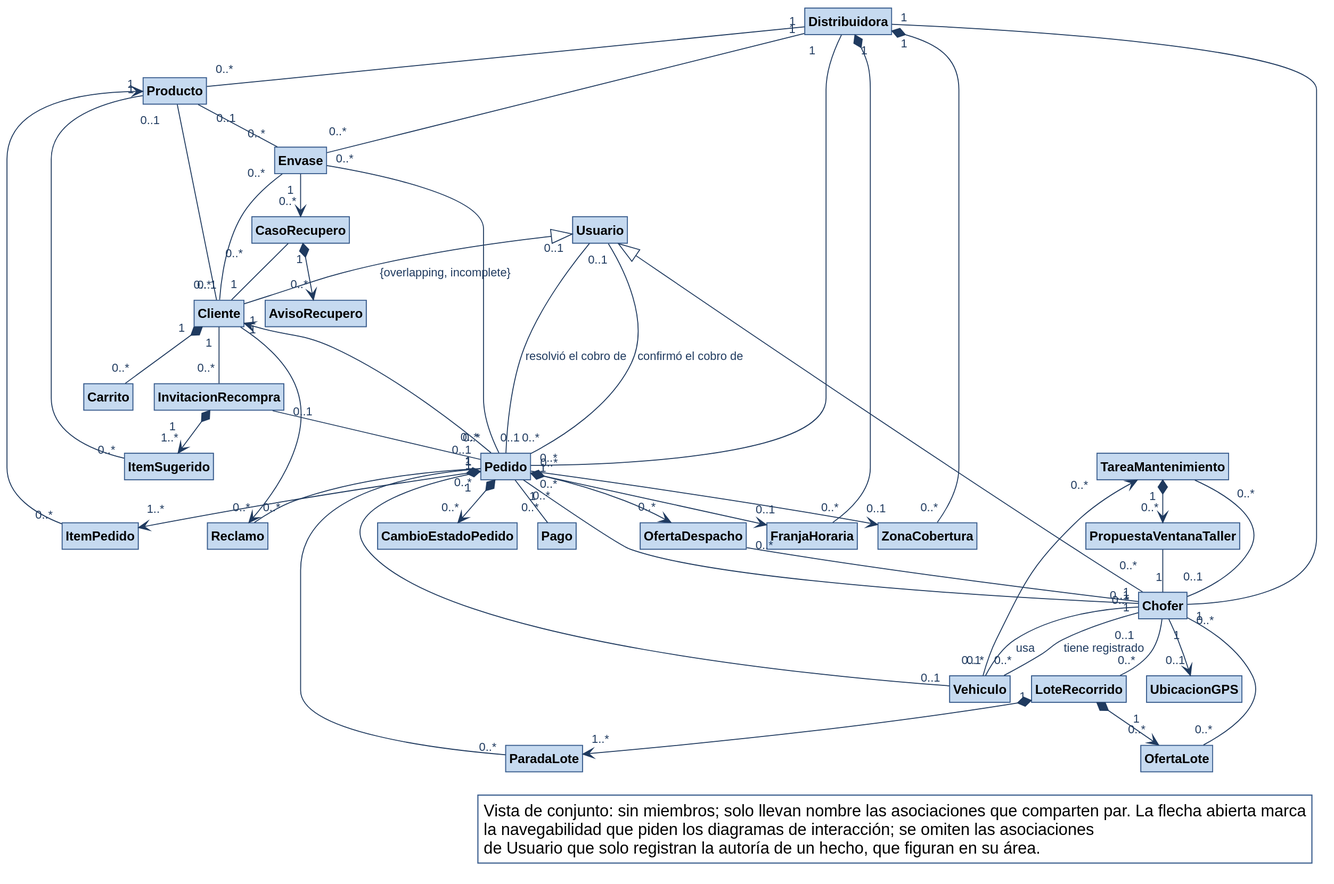
Before: diagramas/clases-diseno/DC_General.svg, a diagram exported from PlantUML (Nahuelito-Dev/splg-docs).
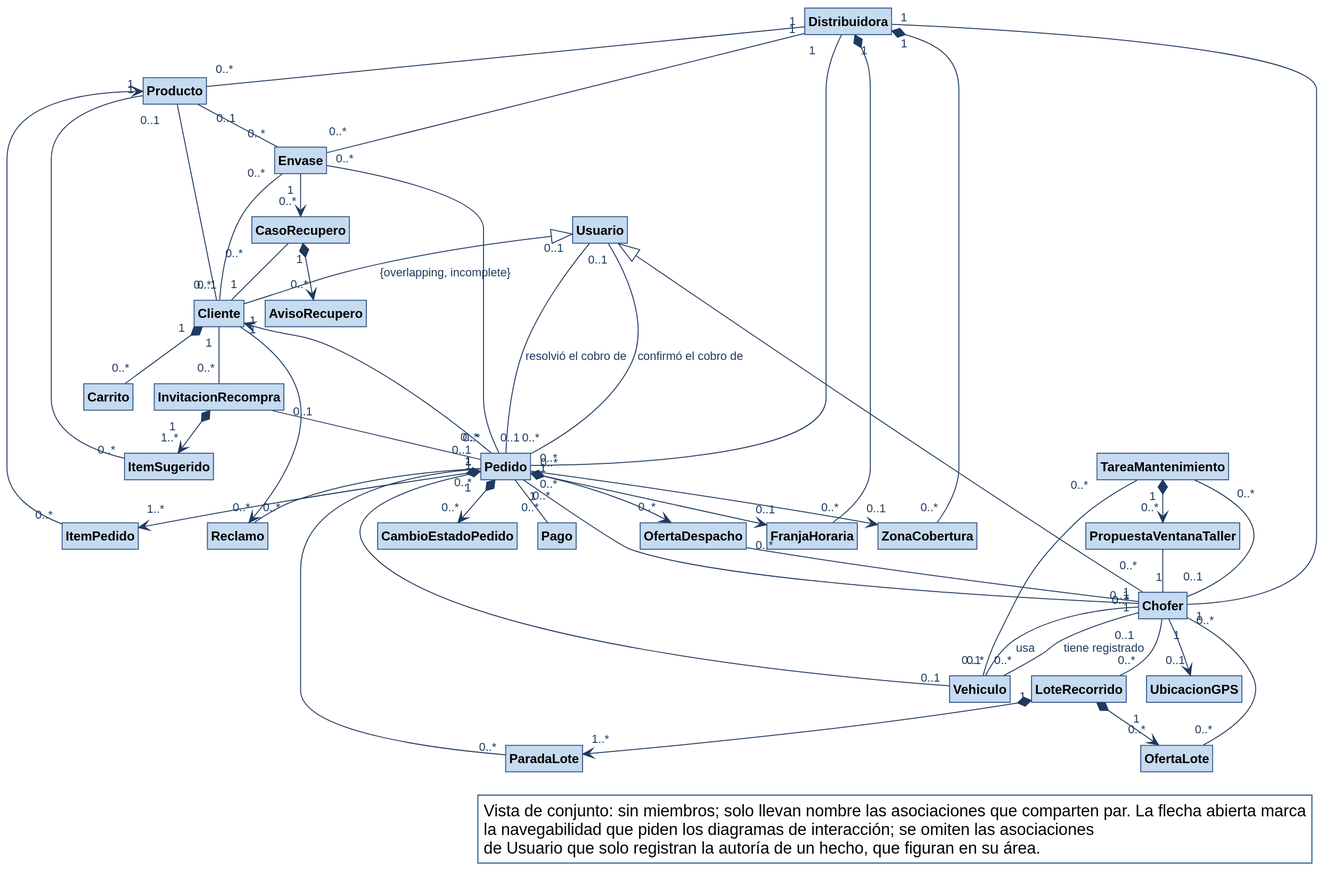
The same diagram one commit later.

What changed in the source:
```diff
@@ -91,7 +91,7 @@
 Chofer "1" -- "0..*" Vehiculo : tiene registrado
 Chofer "0..*" -- "0..*" Vehiculo : usa
 Chofer "1" --> "0..1" UbicacionGPS
-TareaMantenimiento "0..*" <-- "0..1" Vehiculo
+TareaMantenimiento "0..*" -- "0..1" Vehiculo
 TareaMantenimiento "0..*" -- "0..1" Chofer
 TareaMantenimiento "1" *--> "0..*" PropuestaVentanaTaller
 PropuestaVentanaTaller "0..*" -- "1" Chofer
```
